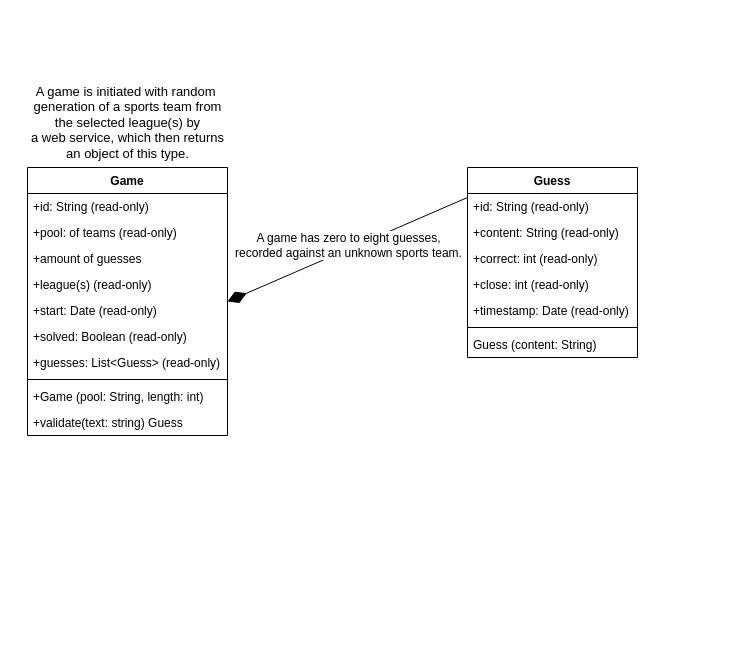
The draw.io diagram docs/work/uml.drawio in ddc-java-17/teamle-Tarlet1, before the edit. Source tidied: cells renumbered, new cells numbered last; positions are measured from the earlier drawing's top-left corner, leaving out a move shared by most shapes. Both pictures are drawn from the tidied source at 100%, with x=0, y=0 at pixel (17, 77).
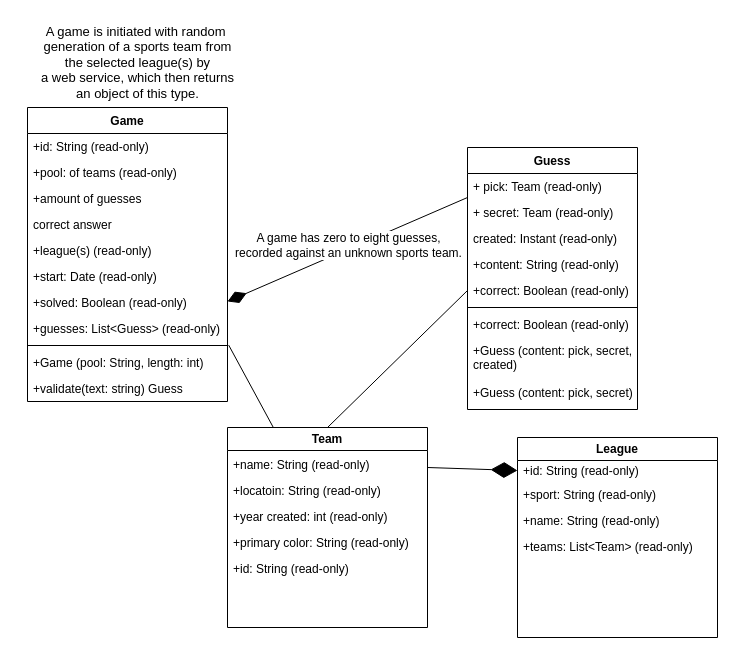
Above is the later version.

Commit message (it also covers changes not shown here):
Updated ERD and UML, small formatting changes.

Diff of the diagram source:
```diff
@@
     <mxCell id="2" value="Game" style="swimlane;fontStyle=1;align=center;verticalAlign=top;horizontal=1;startSize=26;whiteSpace=wrap;html=1;" parent="1" vertex="1">
-      <mxGeometry x="10" y="90" width="200" height="268" as="geometry" />
+      <mxGeometry x="10" y="30" width="200" height="294" as="geometry" />
     </mxCell>
@@
+    <mxCell id="24" value="correct answer" style="text;strokeColor=none;fillColor=none;align=left;verticalAlign=top;spacingLeft=4;spacingRight=4;overflow=hidden;whiteSpace=wrap;html=1;" parent="2" vertex="1">
+      <mxGeometry y="104" width="200" height="26" as="geometry" />
+    </mxCell>
     <mxCell id="6" value="+league(s) (read-only)" style="text;strokeColor=none;fillColor=none;align=left;verticalAlign=top;spacingLeft=4;spacingRight=4;overflow=hidden;whiteSpace=wrap;html=1;" parent="2" vertex="1">
-      <mxGeometry y="104" width="200" height="26" as="geometry" />
+      <mxGeometry y="130" width="200" height="26" as="geometry" />
     </mxCell>
     <mxCell id="7" value="+start: Date (read-only)" style="text;strokeColor=none;fillColor=none;align=left;verticalAlign=top;spacingLeft=4;spacingRight=4;overflow=hidden;whiteSpace=wrap;html=1;" parent="2" vertex="1">
-      <mxGeometry y="130" width="200" height="26" as="geometry" />
+      <mxGeometry y="156" width="200" height="26" as="geometry" />
     </mxCell>
     <mxCell id="8" value="+solved: Boolean (read-only)" style="text;strokeColor=none;fillColor=none;align=left;verticalAlign=top;spacingLeft=4;spacingRight=4;overflow=hidden;whiteSpace=wrap;html=1;" parent="2" vertex="1">
-      <mxGeometry y="156" width="200" height="26" as="geometry" />
+      <mxGeometry y="182" width="200" height="26" as="geometry" />
     </mxCell>
     <mxCell id="9" value="+guesses: List&amp;lt;Guess&amp;gt; (read-only)" style="text;strokeColor=none;fillColor=none;align=left;verticalAlign=top;spacingLeft=4;spacingRight=4;overflow=hidden;whiteSpace=wrap;html=1;" parent="2" vertex="1">
-      <mxGeometry y="182" width="200" height="26" as="geometry" />
+      <mxGeometry y="208" width="200" height="26" as="geometry" />
     </mxCell>
     <mxCell id="10" style="line;strokeWidth=1;fillColor=none;align=left;verticalAlign=middle;spacingTop=-1;spacingLeft=3;spacingRight=3;labelPosition=right;strokeColor=inherit;" parent="2" vertex="1">
-      <mxGeometry y="208" width="200" height="8" as="geometry" />
+      <mxGeometry y="234" width="200" height="8" as="geometry" />
     </mxCell>
     <mxCell id="11" value="+Game (pool: String, length: int)" style="text;strokeColor=none;fillColor=none;align=left;verticalAlign=top;spacingLeft=4;spacingRight=4;overflow=hidden;points=[[0,0.5],[1,0.5]];portConstraint=eastwest;whiteSpace=wrap;html=1;" parent="2" vertex="1">
-      <mxGeometry y="216" width="200" height="26" as="geometry" />
+      <mxGeometry y="242" width="200" height="26" as="geometry" />
     </mxCell>
     <mxCell id="12" value="+validate(text: string) Guess" style="text;strokeColor=none;fillColor=none;align=left;verticalAlign=top;spacingLeft=4;spacingRight=4;overflow=hidden;whiteSpace=wrap;html=1;" parent="2" vertex="1">
-      <mxGeometry y="242" width="200" height="26" as="geometry" />
+      <mxGeometry y="268" width="200" height="26" as="geometry" />
     </mxCell>
     <mxCell id="13" value="Guess" style="swimlane;fontStyle=1;align=center;verticalAlign=top;horizontal=1;startSize=26;whiteSpace=wrap;html=1;" parent="1" vertex="1">
-      <mxGeometry x="450" y="90" width="170" height="190" as="geometry" />
+      <mxGeometry x="450" y="70" width="170" height="262" as="geometry" />
     </mxCell>
-    <mxCell id="14" value="+id: String (read-only)" style="text;strokeColor=none;fillColor=none;align=left;verticalAlign=top;spacingLeft=4;spacingRight=4;overflow=hidden;whiteSpace=wrap;html=1;" parent="13" vertex="1">
+    <mxCell id="14" value="+ pick: Team (read-only)" style="text;strokeColor=none;fillColor=none;align=left;verticalAlign=top;spacingLeft=4;spacingRight=4;overflow=hidden;whiteSpace=wrap;html=1;" parent="13" vertex="1">
       <mxGeometry y="26" width="170" height="26" as="geometry" />
     </mxCell>
+    <mxCell id="25" value="+ secret: Team (read-only)" style="text;strokeColor=none;fillColor=none;align=left;verticalAlign=top;spacingLeft=4;spacingRight=4;overflow=hidden;whiteSpace=wrap;html=1;" parent="13" vertex="1">
+      <mxGeometry y="52" width="170" height="26" as="geometry" />
+    </mxCell>
+    <mxCell id="26" value="created: Instant (read-only)" style="text;strokeColor=none;fillColor=none;align=left;verticalAlign=top;spacingLeft=4;spacingRight=4;overflow=hidden;whiteSpace=wrap;html=1;" parent="13" vertex="1">
+      <mxGeometry y="78" width="170" height="26" as="geometry" />
+    </mxCell>
     <mxCell id="15" value="+content: String (read-only)" style="text;strokeColor=none;fillColor=none;align=left;verticalAlign=top;spacingLeft=4;spacingRight=4;overflow=hidden;whiteSpace=wrap;html=1;" parent="13" vertex="1">
-      <mxGeometry y="52" width="170" height="26" as="geometry" />
+      <mxGeometry y="104" width="170" height="26" as="geometry" />
     </mxCell>
-    <mxCell id="16" value="+correct: int (read-only)" style="text;strokeColor=none;fillColor=none;align=left;verticalAlign=top;spacingLeft=4;spacingRight=4;overflow=hidden;whiteSpace=wrap;html=1;" parent="13" vertex="1">
-      <mxGeometry y="78" width="170" height="26" as="geometry" />
-    </mxCell>
-    <mxCell id="17" value="+close: int (read-only)" style="text;strokeColor=none;fillColor=none;align=left;verticalAlign=top;spacingLeft=4;spacingRight=4;overflow=hidden;whiteSpace=wrap;html=1;" parent="13" vertex="1">
-      <mxGeometry y="104" width="170" height="26" as="geometry" />
-    </mxCell>
-    <mxCell id="18" value="+timestamp: Date (read-only)" style="text;strokeColor=none;fillColor=none;align=left;verticalAlign=top;spacingLeft=4;spacingRight=4;overflow=hidden;points=[[0,0.5],[1,0.5]];portConstraint=eastwest;whiteSpace=wrap;html=1;" parent="13" vertex="1">
+    <mxCell id="18" value="+correct: Boolean (read-only)" style="text;strokeColor=none;fillColor=none;align=left;verticalAlign=top;spacingLeft=4;spacingRight=4;overflow=hidden;points=[[0,0.5],[1,0.5]];portConstraint=eastwest;whiteSpace=wrap;html=1;" parent="13" vertex="1">
       <mxGeometry y="130" width="170" height="26" as="geometry" />
     </mxCell>
@@
-    <mxCell id="20" value="Guess (content: String)" style="text;align=left;verticalAlign=top;spacingLeft=4;spacingRight=4;overflow=hidden;whiteSpace=wrap;html=1;" parent="13" vertex="1">
+    <mxCell id="20" value="+correct: Boolean (read-only)" style="text;align=left;verticalAlign=top;spacingLeft=4;spacingRight=4;overflow=hidden;whiteSpace=wrap;html=1;" parent="13" vertex="1">
       <mxGeometry y="164" width="170" height="26" as="geometry" />
     </mxCell>
+    <mxCell id="27" value="+Guess (content: pick, secret, created)" style="text;align=left;verticalAlign=top;spacingLeft=4;spacingRight=4;overflow=hidden;whiteSpace=wrap;html=1;" parent="13" vertex="1">
+      <mxGeometry y="190" width="170" height="42" as="geometry" />
+    </mxCell>
+    <mxCell id="28" value="+Guess (content: pick, secret)" style="text;align=left;verticalAlign=top;spacingLeft=4;spacingRight=4;overflow=hidden;whiteSpace=wrap;html=1;" parent="13" vertex="1">
+      <mxGeometry y="232" width="170" height="30" as="geometry" />
+    </mxCell>
@@
     <mxCell id="23" value="A game is initiated with random&amp;nbsp;&lt;br style=&quot;font-size: 13px;&quot;&gt;generation of a sports team from &lt;br&gt;the selected league(s) by&lt;br style=&quot;font-size: 13px;&quot;&gt;a web service, which then returns&lt;br style=&quot;font-size: 13px;&quot;&gt;an object of this type." style="text;html=1;align=center;verticalAlign=middle;strokeColor=none;fillColor=none;fontSize=13;" parent="1" vertex="1">
-      <mxGeometry width="220" height="90" as="geometry" />
+      <mxGeometry x="10" y="-60" width="220" height="90" as="geometry" />
     </mxCell>
+    <mxCell id="29" value="Team" style="swimlane;whiteSpace=wrap;html=1;" parent="1" vertex="1">
+      <mxGeometry x="210" y="350" width="200" height="200" as="geometry" />
+    </mxCell>
+    <mxCell id="30" value="+name: String (read-only)" style="text;strokeColor=none;fillColor=none;align=left;verticalAlign=top;spacingLeft=4;spacingRight=4;overflow=hidden;whiteSpace=wrap;html=1;" parent="29" vertex="1">
+      <mxGeometry y="24" width="200" height="26" as="geometry" />
+    </mxCell>
+    <mxCell id="31" value="+locatoin: String (read-only)" style="text;strokeColor=none;fillColor=none;align=left;verticalAlign=top;spacingLeft=4;spacingRight=4;overflow=hidden;whiteSpace=wrap;html=1;" parent="29" vertex="1">
+      <mxGeometry y="50" width="200" height="26" as="geometry" />
+    </mxCell>
+    <mxCell id="32" value="+year created: int (read-only)" style="text;strokeColor=none;fillColor=none;align=left;verticalAlign=top;spacingLeft=4;spacingRight=4;overflow=hidden;whiteSpace=wrap;html=1;" parent="29" vertex="1">
+      <mxGeometry y="76" width="200" height="26" as="geometry" />
+    </mxCell>
+    <mxCell id="33" value="+primary color: String (read-only)" style="text;strokeColor=none;fillColor=none;align=left;verticalAlign=top;spacingLeft=4;spacingRight=4;overflow=hidden;whiteSpace=wrap;html=1;" parent="29" vertex="1">
+      <mxGeometry y="102" width="200" height="26" as="geometry" />
+    </mxCell>
+    <mxCell id="34" value="+id: String (read-only)" style="text;strokeColor=none;fillColor=none;align=left;verticalAlign=top;spacingLeft=4;spacingRight=4;overflow=hidden;whiteSpace=wrap;html=1;" parent="29" vertex="1">
+      <mxGeometry y="128" width="200" height="26" as="geometry" />
+    </mxCell>
+    <mxCell id="35" value="League" style="swimlane;whiteSpace=wrap;html=1;" parent="1" vertex="1">
+      <mxGeometry x="500" y="360" width="200" height="200" as="geometry" />
+    </mxCell>
+    <mxCell id="36" value="+id: String (read-only)" style="text;strokeColor=none;fillColor=none;align=left;verticalAlign=top;spacingLeft=4;spacingRight=4;overflow=hidden;points=[[0,0.5],[1,0.5]];portConstraint=eastwest;whiteSpace=wrap;html=1;" parent="35" vertex="1">
+      <mxGeometry y="20" width="200" height="26" as="geometry" />
+    </mxCell>
+    <mxCell id="37" value="+sport: String (read-only)" style="text;strokeColor=none;fillColor=none;align=left;verticalAlign=top;spacingLeft=4;spacingRight=4;overflow=hidden;whiteSpace=wrap;html=1;" parent="35" vertex="1">
+      <mxGeometry y="44" width="200" height="26" as="geometry" />
+    </mxCell>
+    <mxCell id="38" value="+name: String (read-only)" style="text;strokeColor=none;fillColor=none;align=left;verticalAlign=top;spacingLeft=4;spacingRight=4;overflow=hidden;whiteSpace=wrap;html=1;" parent="35" vertex="1">
+      <mxGeometry y="70" width="200" height="26" as="geometry" />
+    </mxCell>
+    <mxCell id="39" value="+teams: List&amp;lt;Team&amp;gt; (read-only)&amp;nbsp;" style="text;strokeColor=none;fillColor=none;align=left;verticalAlign=top;spacingLeft=4;spacingRight=4;overflow=hidden;whiteSpace=wrap;html=1;" parent="35" vertex="1">
+      <mxGeometry y="96" width="200" height="26" as="geometry" />
+    </mxCell>
+    <mxCell id="40" style="endArrow=none;html=1;rounded=0;entryX=1.006;entryY=-0.169;entryDx=0;entryDy=0;entryPerimeter=0;" parent="1" edge="1" source="29" target="11">
+      <mxGeometry relative="1" as="geometry" />
+    </mxCell>
+    <mxCell id="41" style="endArrow=none;html=1;rounded=0;entryX=0;entryY=0.5;entryDx=0;entryDy=0;exitX=0.5;exitY=0;exitDx=0;exitDy=0;" parent="1" edge="1" source="29" target="18">
+      <mxGeometry relative="1" as="geometry" />
+    </mxCell>
+    <mxCell id="42" style="endArrow=diamondThin;endFill=1;endSize=24;html=1;rounded=0;entryX=0;entryY=0.5;entryDx=0;entryDy=0;" parent="1" edge="1" target="36">
+      <mxGeometry relative="1" as="geometry">
+        <mxPoint x="410" y="390" as="sourcePoint" />
+      </mxGeometry>
+    </mxCell>
```
